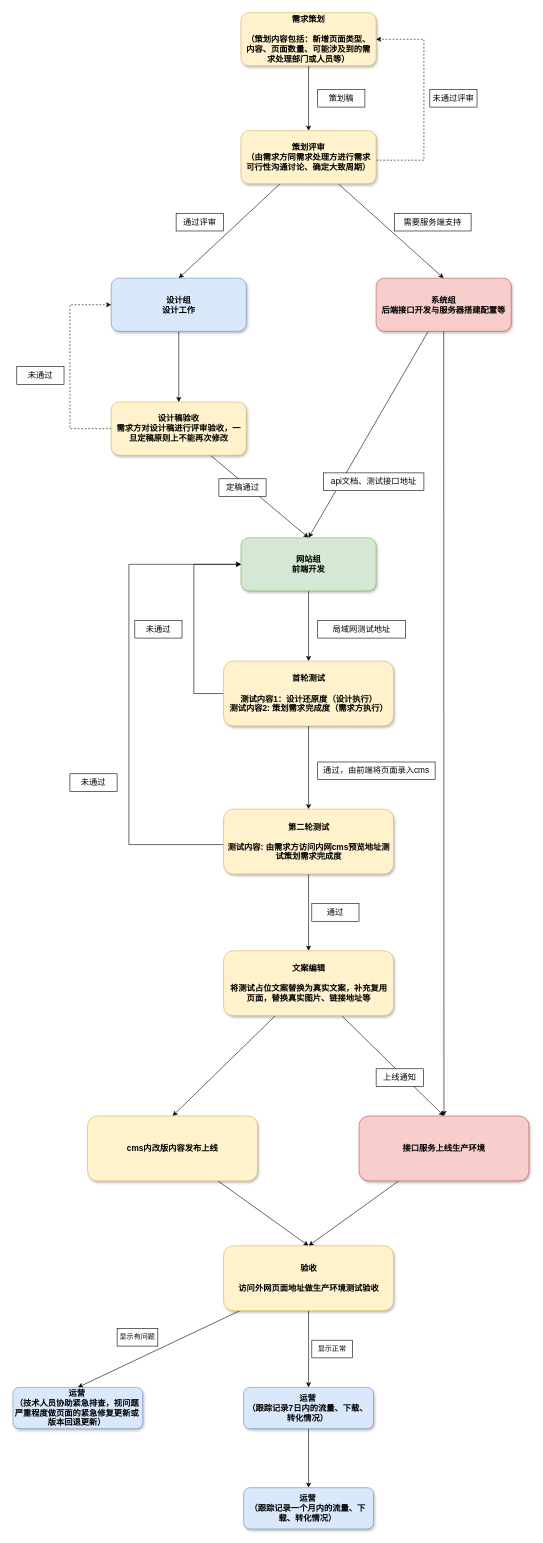
wxlxxx/draw.io keeps this draw.io diagram as page "网站新增页面需求" (7 of 10) of Untitled Diagram.drawio. Above is the earlier version. Source tidied: cells renumbered, new cells numbered last; positions are measured from the earlier drawing's top-left corner, leaving out a move shared by most shapes. Both pictures are drawn from the tidied source at 59%, with x=0, y=0 at pixel (12, 12).
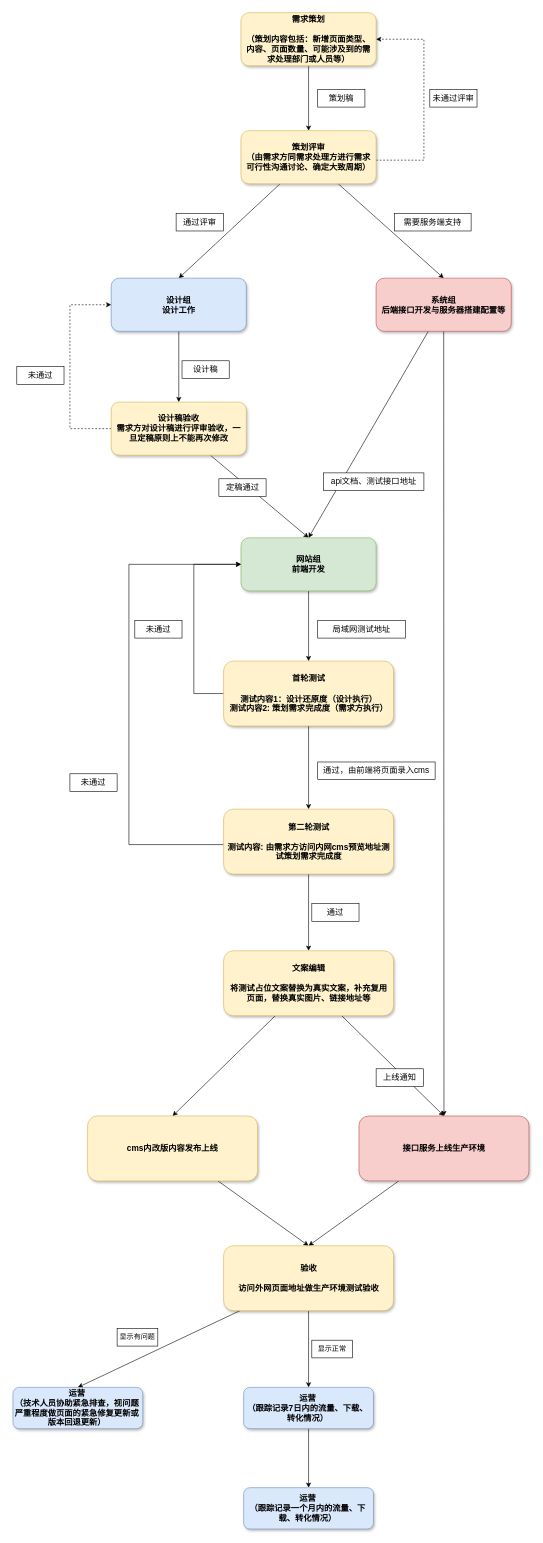
The same page after the edit.

The edit, as a diff of the source:
```diff
@@
+    <mxCell id="53" value="设计稿" style="rounded=0;whiteSpace=wrap;html=1;glass=0;sketch=0;fontSize=14;align=center;" parent="1" vertex="1">
+      <mxGeometry x="287" y="590" width="80" height="30" as="geometry" />
+    </mxCell>
```
